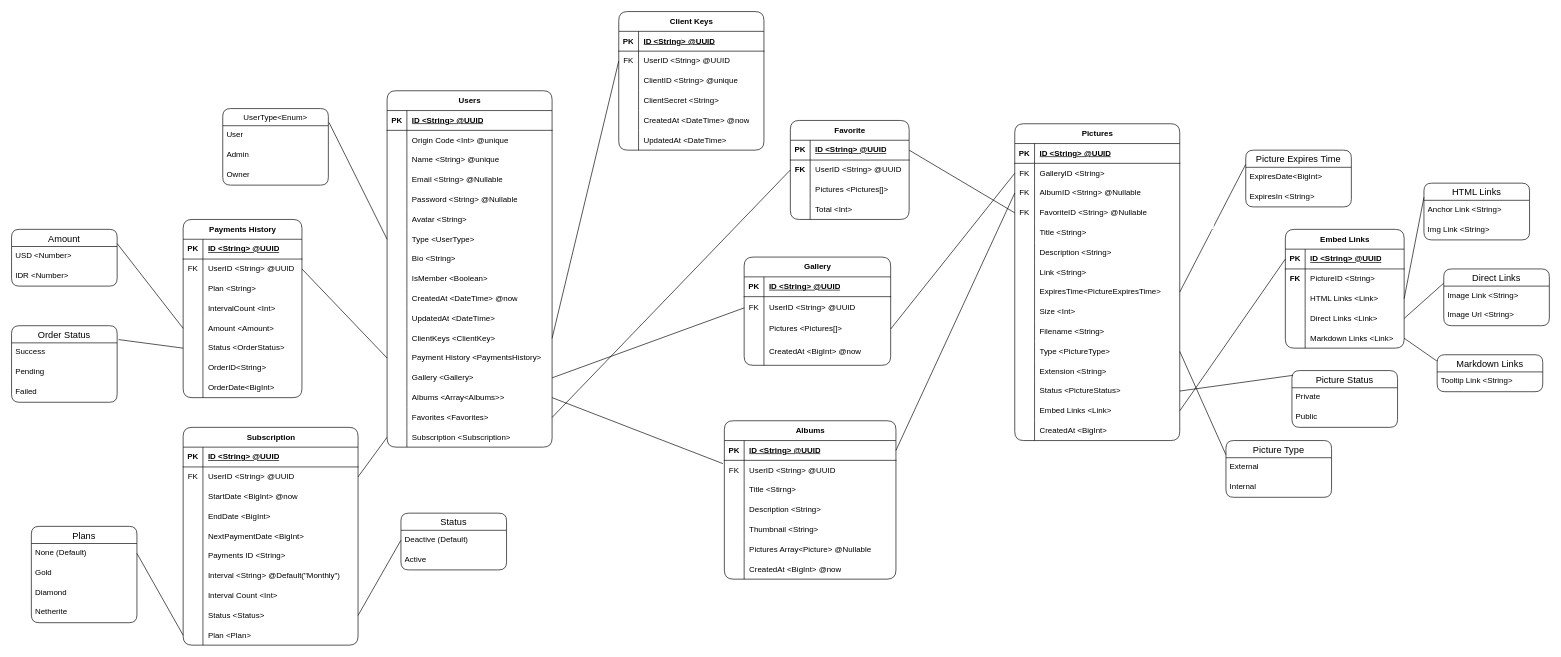
Novanaa/Pixelarium keeps this draw.io diagram as projects/models/v2/Pixelarium.drawio. Above is the earlier version. Source tidied: cells renumbered, new cells numbered last; positions are measured from the earlier drawing's top-left corner, leaving out a move shared by most shapes. Both pictures are drawn from the tidied source at 66%, with x=0, y=0 at pixel (11, 11).
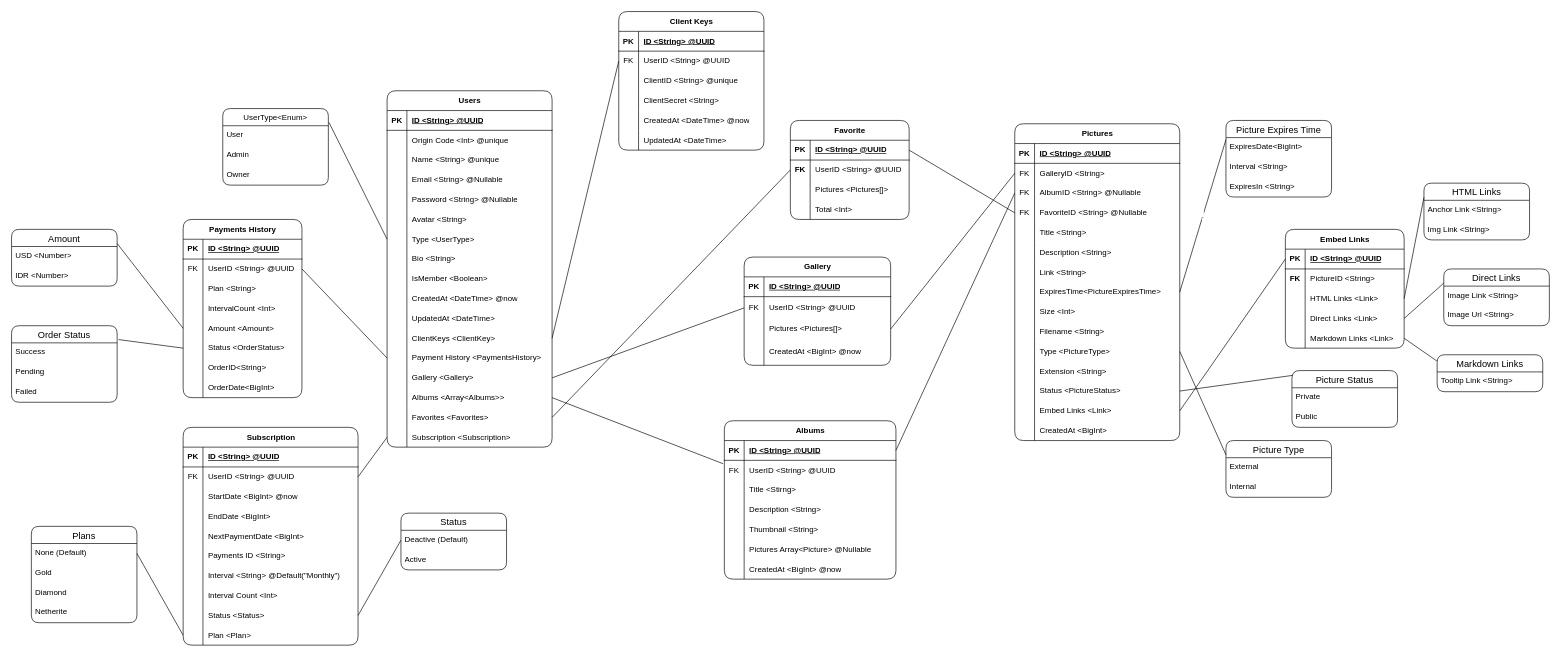
After the change.

Commit message (it also covers changes not shown here):
Added a Several Field to Picture Expires Time JSON Object

The edit, as a diff of the source:
```diff
@@
     <mxCell id="292" value="Picture Expires Time" style="swimlane;fontStyle=0;horizontal=1;startSize=26;align=center;fontSize=14;rounded=1;" parent="1" vertex="1">
-      <mxGeometry x="1870" y="210" width="160" height="86" as="geometry" />
+      <mxGeometry x="1840" y="165" width="160" height="116" as="geometry" />
     </mxCell>
@@
-    <mxCell id="294" value="ExpiresIn &amp;lt;String&amp;gt;" style="text;strokeColor=none;fillColor=none;spacingLeft=4;spacingRight=4;overflow=hidden;fontSize=12;whiteSpace=wrap;html=1;" parent="292" vertex="1">
+    <mxCell id="294" value="Interval &amp;lt;String&amp;gt;" style="text;strokeColor=none;fillColor=none;spacingLeft=4;spacingRight=4;overflow=hidden;fontSize=12;whiteSpace=wrap;html=1;" parent="292" vertex="1">
       <mxGeometry y="56" width="160" height="30" as="geometry" />
     </mxCell>
+    <mxCell id="296" value="ExpiresIn &amp;lt;String&amp;gt;" style="text;strokeColor=none;fillColor=none;spacingLeft=4;spacingRight=4;overflow=hidden;fontSize=12;whiteSpace=wrap;html=1;" parent="292" vertex="1">
+      <mxGeometry y="86" width="160" height="30" as="geometry" />
+    </mxCell>
```
